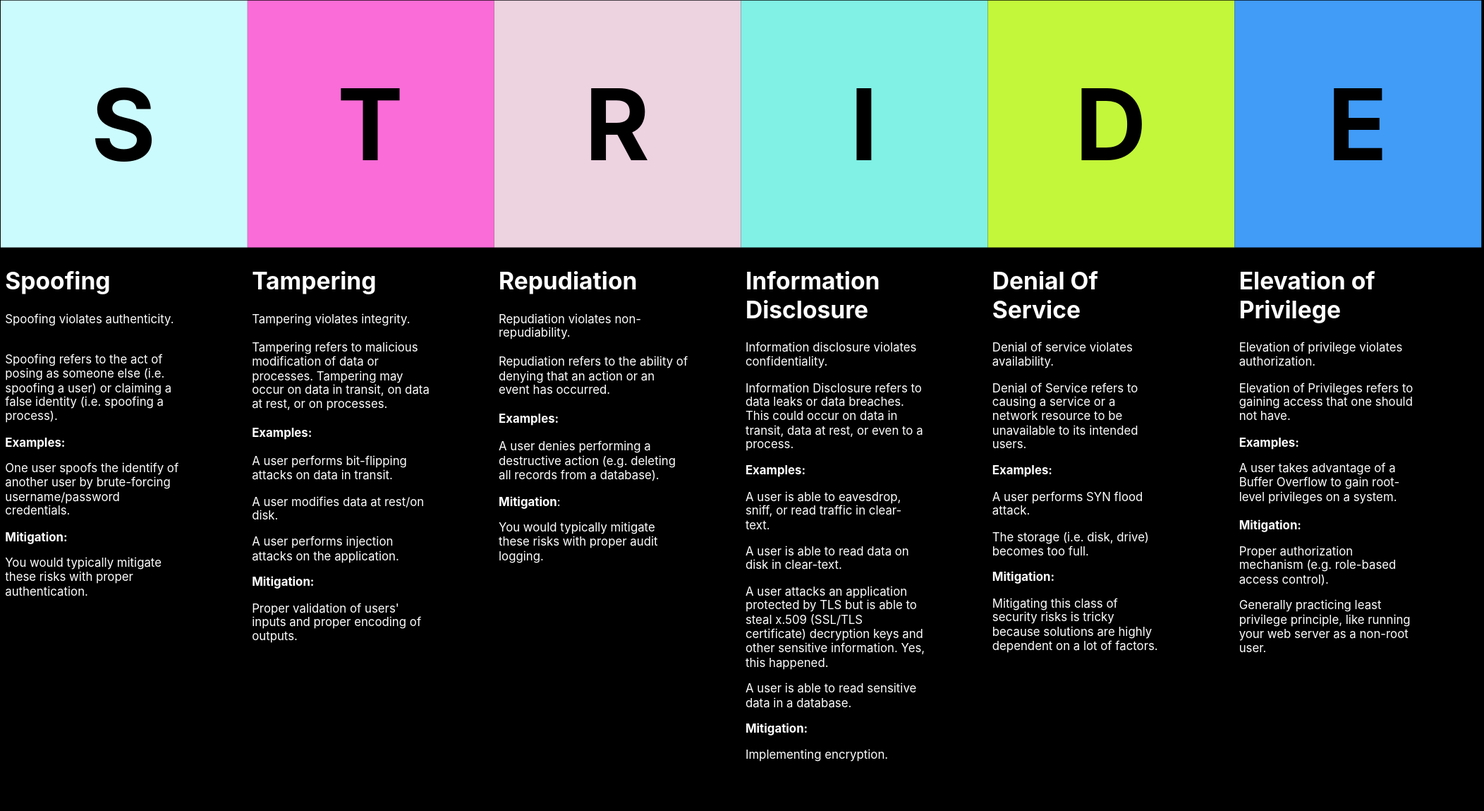
Before: threat-modelling/src/assets/stride-dark.drawio.svg, a diagram exported from draw.io (ToastShaman/zuhlke-camp-2022). Source tidied: cells renumbered, new cells last; positions are measured from the earlier drawing's top-left corner, leaving out a move shared by most shapes.
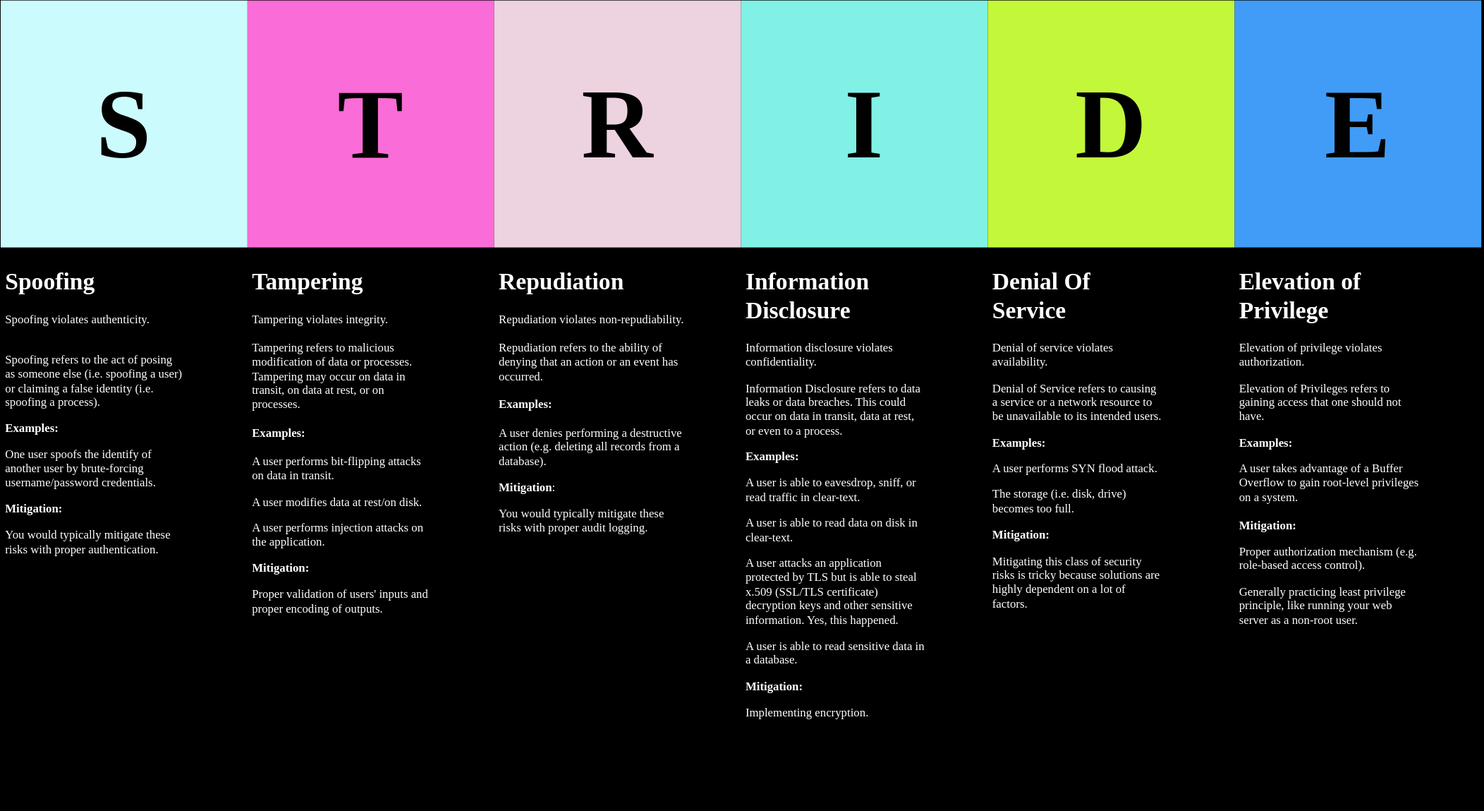
After the commit.

What changed in the source:
```diff
@@ -2,40 +2,40 @@
   <root>
     <mxCell id="0" />
     <mxCell id="1" parent="0" />
-    <mxCell id="2" value="&lt;font style=&quot;font-size: 100px;&quot;&gt;S&lt;/font&gt;" style="whiteSpace=wrap;html=1;fillColor=#CCFBFE;shadow=1;strokeColor=none;fontFamily=Inter;fontSource=https%3A%2F%2Ffonts.googleapis.com%2Fcss%3Ffamily%3DInter;fontStyle=1;" parent="1" vertex="1">
+    <mxCell id="2" value="&lt;font style=&quot;font-size: 100px;&quot;&gt;S&lt;/font&gt;" style="whiteSpace=wrap;html=1;fillColor=#CCFBFE;shadow=1;strokeColor=none;fontFamily=Merriweather Sans;fontSource=https%3A%2F%2Ffonts.googleapis.com%2Fcss%3Ffamily%3DMerriweather%2BSans;fontStyle=1;" parent="1" vertex="1">
       <mxGeometry width="250" height="250" as="geometry" />
     </mxCell>
-    <mxCell id="3" value="&lt;font style=&quot;font-size: 100px;&quot;&gt;T&lt;/font&gt;" style="whiteSpace=wrap;html=1;fillColor=#FA6CD7;shadow=1;strokeColor=none;fontFamily=Inter;fontSource=https%3A%2F%2Ffonts.googleapis.com%2Fcss%3Ffamily%3DInter;fontStyle=1;" parent="1" vertex="1">
+    <mxCell id="3" value="&lt;font style=&quot;font-size: 100px;&quot;&gt;T&lt;/font&gt;" style="whiteSpace=wrap;html=1;fillColor=#FA6CD7;shadow=1;strokeColor=none;fontFamily=Merriweather Sans;fontSource=https%3A%2F%2Ffonts.googleapis.com%2Fcss%3Ffamily%3DMerriweather%2BSans;fontStyle=1;" parent="1" vertex="1">
       <mxGeometry x="250" width="250" height="250" as="geometry" />
     </mxCell>
-    <mxCell id="4" value="&lt;font style=&quot;font-size: 100px;&quot;&gt;R&lt;/font&gt;" style="whiteSpace=wrap;html=1;fillColor=#EDD2E0;shadow=1;strokeColor=none;fontFamily=Inter;fontSource=https%3A%2F%2Ffonts.googleapis.com%2Fcss%3Ffamily%3DInter;fontStyle=1;" parent="1" vertex="1">
+    <mxCell id="4" value="&lt;font style=&quot;font-size: 100px;&quot;&gt;R&lt;/font&gt;" style="whiteSpace=wrap;html=1;fillColor=#EDD2E0;shadow=1;strokeColor=none;fontFamily=Merriweather Sans;fontSource=https%3A%2F%2Ffonts.googleapis.com%2Fcss%3Ffamily%3DMerriweather%2BSans;fontStyle=1;" parent="1" vertex="1">
       <mxGeometry x="500" width="250" height="250" as="geometry" />
     </mxCell>
-    <mxCell id="5" value="&lt;font style=&quot;font-size: 100px;&quot;&gt;I&lt;/font&gt;" style="whiteSpace=wrap;html=1;fillColor=#81f0e5;imageWidth=24;imageAspect=1;shadow=1;strokeColor=none;fontFamily=Inter;fontSource=https%3A%2F%2Ffonts.googleapis.com%2Fcss%3Ffamily%3DInter;fontStyle=1;" parent="1" vertex="1">
+    <mxCell id="5" value="&lt;font style=&quot;font-size: 100px;&quot;&gt;I&lt;/font&gt;" style="whiteSpace=wrap;html=1;fillColor=#81f0e5;imageWidth=24;imageAspect=1;shadow=1;strokeColor=none;fontFamily=Merriweather Sans;fontSource=https%3A%2F%2Ffonts.googleapis.com%2Fcss%3Ffamily%3DMerriweather%2BSans;fontStyle=1;" parent="1" vertex="1">
       <mxGeometry x="750" width="250" height="250" as="geometry" />
     </mxCell>
-    <mxCell id="6" value="&lt;font style=&quot;font-size: 100px;&quot;&gt;D&lt;/font&gt;" style="whiteSpace=wrap;html=1;fillColor=#C3F73A;shadow=1;strokeColor=none;fontFamily=Inter;fontSource=https%3A%2F%2Ffonts.googleapis.com%2Fcss%3Ffamily%3DInter;fontStyle=1;" parent="1" vertex="1">
+    <mxCell id="6" value="&lt;font style=&quot;font-size: 100px;&quot;&gt;D&lt;/font&gt;" style="whiteSpace=wrap;html=1;fillColor=#C3F73A;shadow=1;strokeColor=none;fontFamily=Merriweather Sans;fontSource=https%3A%2F%2Ffonts.googleapis.com%2Fcss%3Ffamily%3DMerriweather%2BSans;fontStyle=1;" parent="1" vertex="1">
       <mxGeometry x="1000" width="250" height="250" as="geometry" />
     </mxCell>
-    <mxCell id="7" value="&lt;font style=&quot;font-size: 100px;&quot;&gt;E&lt;/font&gt;" style="whiteSpace=wrap;html=1;fillColor=#419CF7;shadow=1;rounded=0;strokeColor=none;fontFamily=Inter;fontSource=https%3A%2F%2Ffonts.googleapis.com%2Fcss%3Ffamily%3DInter;fontStyle=1;" parent="1" vertex="1">
+    <mxCell id="7" value="&lt;font style=&quot;font-size: 100px;&quot;&gt;E&lt;/font&gt;" style="whiteSpace=wrap;html=1;fillColor=#419CF7;shadow=1;rounded=0;strokeColor=none;fontFamily=Merriweather Sans;fontSource=https%3A%2F%2Ffonts.googleapis.com%2Fcss%3Ffamily%3DMerriweather%2BSans;fontStyle=1;" parent="1" vertex="1">
       <mxGeometry x="1250" width="250" height="250" as="geometry" />
     </mxCell>
-    <mxCell id="8" value="&lt;h1&gt;&lt;font&gt;Spoofing&lt;/font&gt;&lt;/h1&gt;&lt;p&gt;&lt;font&gt;Spoofing violates authenticity.&lt;br&gt;&lt;br&gt;&lt;/font&gt;&lt;/p&gt;&lt;p&gt;&lt;font&gt;Spoofing refers to the act of posing as someone else (i.e. spoofing a user) or claiming a false identity (i.e. spoofing a process).&lt;/font&gt;&lt;/p&gt;&lt;p&gt;&lt;b&gt;&lt;font&gt;Examples:&lt;/font&gt;&lt;/b&gt;&lt;/p&gt;&lt;p&gt;&lt;font&gt;One user spoofs the identify of another user by brute-forcing username/password credentials.&lt;br&gt;&lt;/font&gt;&lt;/p&gt;&lt;p&gt;&lt;b&gt;&lt;font&gt;Mitigation:&lt;/font&gt;&lt;/b&gt;&lt;/p&gt;&lt;p&gt;&lt;font&gt;You would typically mitigate these risks with proper authentication.&lt;/font&gt;&lt;/p&gt;" style="text;html=1;strokeColor=none;fillColor=none;spacing=5;spacingTop=-20;whiteSpace=wrap;overflow=hidden;rounded=0;fontColor=#FFFFFF;labelBackgroundColor=none;fontFamily=Inter;fontSource=https%3A%2F%2Ffonts.googleapis.com%2Fcss%3Ffamily%3DInter;" parent="1" vertex="1">
+    <mxCell id="8" value="&lt;h1&gt;&lt;font&gt;Spoofing&lt;/font&gt;&lt;/h1&gt;&lt;p&gt;&lt;font&gt;Spoofing violates authenticity.&lt;br&gt;&lt;br&gt;&lt;/font&gt;&lt;/p&gt;&lt;p&gt;&lt;font&gt;Spoofing refers to the act of posing as someone else (i.e. spoofing a user) or claiming a false identity (i.e. spoofing a process).&lt;/font&gt;&lt;/p&gt;&lt;p&gt;&lt;b&gt;&lt;font&gt;Examples:&lt;/font&gt;&lt;/b&gt;&lt;/p&gt;&lt;p&gt;&lt;font&gt;One user spoofs the identify of another user by brute-forcing username/password credentials.&lt;br&gt;&lt;/font&gt;&lt;/p&gt;&lt;p&gt;&lt;b&gt;&lt;font&gt;Mitigation:&lt;/font&gt;&lt;/b&gt;&lt;/p&gt;&lt;p&gt;&lt;font&gt;You would typically mitigate these risks with proper authentication.&lt;/font&gt;&lt;/p&gt;" style="text;html=1;strokeColor=none;fillColor=none;spacing=5;spacingTop=-20;whiteSpace=wrap;overflow=hidden;rounded=0;fontColor=#FFFFFF;labelBackgroundColor=none;fontFamily=Merriweather Sans;fontSource=https%3A%2F%2Ffonts.googleapis.com%2Fcss%3Ffamily%3DMerriweather%2BSans;" parent="1" vertex="1">
       <mxGeometry y="265" width="190" height="445" as="geometry" />
     </mxCell>
-    <mxCell id="9" value="&lt;h1&gt;&lt;font&gt;Tampering&lt;/font&gt;&lt;/h1&gt;&lt;p&gt;&lt;font&gt;Tampering violates integrity.&lt;br&gt;&lt;br&gt;Tampering refers to malicious modification of data or processes. Tampering may occur on data in transit, on data at rest, or on processes.&lt;br&gt;&lt;br&gt;&lt;b&gt;Examples:&lt;br&gt;&lt;/b&gt;&lt;br&gt;&lt;span style=&quot;background-color: initial;&quot;&gt;A user performs bit-flipping attacks on data in transit.&lt;/span&gt;&lt;br&gt;&lt;/font&gt;&lt;/p&gt;&lt;p&gt;&lt;font&gt;A user modifies data at rest/on disk.&lt;/font&gt;&lt;/p&gt;&lt;p&gt;&lt;font&gt;A user performs injection attacks on the application.&lt;/font&gt;&lt;/p&gt;&lt;p&gt;&lt;b&gt;&lt;font&gt;Mitigation:&lt;/font&gt;&lt;/b&gt;&lt;/p&gt;&lt;p&gt;&lt;font&gt;Proper validation of users' inputs and proper encoding of outputs.&lt;br&gt;&lt;/font&gt;&lt;/p&gt;&lt;p&gt;&lt;b&gt;&lt;br&gt;&lt;/b&gt;&lt;/p&gt;" style="text;html=1;strokeColor=none;fillColor=none;spacing=5;spacingTop=-20;whiteSpace=wrap;overflow=hidden;rounded=0;fontColor=#FFFFFF;fontFamily=Inter;fontSource=https%3A%2F%2Ffonts.googleapis.com%2Fcss%3Ffamily%3DInter;" parent="1" vertex="1">
+    <mxCell id="9" value="&lt;h1&gt;&lt;font&gt;Tampering&lt;/font&gt;&lt;/h1&gt;&lt;p&gt;&lt;font&gt;Tampering violates integrity.&lt;br&gt;&lt;br&gt;Tampering refers to malicious modification of data or processes. Tampering may occur on data in transit, on data at rest, or on processes.&lt;br&gt;&lt;br&gt;&lt;b&gt;Examples:&lt;br&gt;&lt;/b&gt;&lt;br&gt;&lt;span style=&quot;background-color: initial;&quot;&gt;A user performs bit-flipping attacks on data in transit.&lt;/span&gt;&lt;br&gt;&lt;/font&gt;&lt;/p&gt;&lt;p&gt;&lt;font&gt;A user modifies data at rest/on disk.&lt;/font&gt;&lt;/p&gt;&lt;p&gt;&lt;font&gt;A user performs injection attacks on the application.&lt;/font&gt;&lt;/p&gt;&lt;p&gt;&lt;b&gt;&lt;font&gt;Mitigation:&lt;/font&gt;&lt;/b&gt;&lt;/p&gt;&lt;p&gt;&lt;font&gt;Proper validation of users' inputs and proper encoding of outputs.&lt;br&gt;&lt;/font&gt;&lt;/p&gt;&lt;p&gt;&lt;b&gt;&lt;br&gt;&lt;/b&gt;&lt;/p&gt;" style="text;html=1;strokeColor=none;fillColor=none;spacing=5;spacingTop=-20;whiteSpace=wrap;overflow=hidden;rounded=0;fontColor=#FFFFFF;fontFamily=Merriweather Sans;fontSource=https%3A%2F%2Ffonts.googleapis.com%2Fcss%3Ffamily%3DMerriweather%2BSans;" parent="1" vertex="1">
       <mxGeometry x="250" y="265" width="190" height="495" as="geometry" />
     </mxCell>
-    <mxCell id="10" value="&lt;h1&gt;&lt;font&gt;Repudiation&lt;/font&gt;&lt;/h1&gt;&lt;p&gt;&lt;font&gt;Repudiation violates non-repudiability.&lt;br&gt;&lt;br&gt;Repudiation refers to the ability of denying that an action or an event has occurred.&lt;br&gt;&lt;br&gt;&lt;b&gt;Examples:&lt;/b&gt;&lt;br&gt;&lt;br&gt;A user denies performing a destructive action (e.g. deleting all records from a database).&lt;br&gt;&lt;/font&gt;&lt;/p&gt;&lt;p&gt;&lt;font&gt;&lt;b&gt;Mitigation&lt;/b&gt;:&lt;/font&gt;&lt;/p&gt;&lt;p&gt;&lt;font&gt;You would typically mitigate these risks with proper audit logging.&lt;/font&gt;&lt;/p&gt;&lt;p&gt;&lt;br&gt;&lt;/p&gt;" style="text;html=1;strokeColor=none;fillColor=none;spacing=5;spacingTop=-20;whiteSpace=wrap;overflow=hidden;rounded=0;fontColor=#FFFFFF;fontFamily=Inter;fontSource=https%3A%2F%2Ffonts.googleapis.com%2Fcss%3Ffamily%3DInter;" parent="1" vertex="1">
+    <mxCell id="10" value="&lt;h1&gt;&lt;font&gt;Repudiation&lt;/font&gt;&lt;/h1&gt;&lt;p&gt;&lt;font&gt;Repudiation violates non-repudiability.&lt;br&gt;&lt;br&gt;Repudiation refers to the ability of denying that an action or an event has occurred.&lt;br&gt;&lt;br&gt;&lt;b&gt;Examples:&lt;/b&gt;&lt;br&gt;&lt;br&gt;A user denies performing a destructive action (e.g. deleting all records from a database).&lt;br&gt;&lt;/font&gt;&lt;/p&gt;&lt;p&gt;&lt;font&gt;&lt;b&gt;Mitigation&lt;/b&gt;:&lt;/font&gt;&lt;/p&gt;&lt;p&gt;&lt;font&gt;You would typically mitigate these risks with proper audit logging.&lt;/font&gt;&lt;/p&gt;&lt;p&gt;&lt;br&gt;&lt;/p&gt;" style="text;html=1;strokeColor=none;fillColor=none;spacing=5;spacingTop=-20;whiteSpace=wrap;overflow=hidden;rounded=0;fontColor=#FFFFFF;fontFamily=Merriweather Sans;fontSource=https%3A%2F%2Ffonts.googleapis.com%2Fcss%3Ffamily%3DMerriweather%2BSans;" parent="1" vertex="1">
       <mxGeometry x="500" y="265" width="200" height="425" as="geometry" />
     </mxCell>
-    <mxCell id="11" value="&lt;h1&gt;&lt;font&gt;Information&amp;nbsp;&lt;br&gt;Disclosure&lt;/font&gt;&lt;/h1&gt;&lt;p&gt;&lt;font&gt;Information disclosure violates confidentiality.&lt;/font&gt;&lt;/p&gt;&lt;p&gt;&lt;font&gt;&lt;span style=&quot;background-color: initial;&quot;&gt;Information Disclosure refers to data leaks or data breaches. This could occur on data in transit, data at rest, or even to a process.&lt;/span&gt;&lt;br&gt;&lt;/font&gt;&lt;/p&gt;&lt;p&gt;&lt;span style=&quot;background-color: initial;&quot;&gt;&lt;b&gt;&lt;font&gt;Examples:&lt;/font&gt;&lt;/b&gt;&lt;/span&gt;&lt;/p&gt;&lt;p&gt;&lt;font&gt;A user is able to eavesdrop, sniff, or read traffic in clear-text.&lt;/font&gt;&lt;/p&gt;&lt;p&gt;&lt;font&gt;A user is able to read data on disk in clear-text.&lt;/font&gt;&lt;/p&gt;&lt;p&gt;&lt;font&gt;A user attacks an application protected by TLS but is able to steal x.509 (SSL/TLS certificate) decryption keys and other sensitive information. Yes, this happened.&lt;/font&gt;&lt;/p&gt;&lt;p&gt;&lt;font&gt;&lt;span style=&quot;background-color: initial;&quot;&gt;&lt;/span&gt;&lt;/font&gt;&lt;/p&gt;&lt;p&gt;&lt;font&gt;A user is able to read sensitive data in a database.&lt;/font&gt;&lt;/p&gt;&lt;p&gt;&lt;b&gt;&lt;font&gt;Mitigation:&lt;/font&gt;&lt;/b&gt;&lt;/p&gt;&lt;p&gt;&lt;font&gt;Implementing encryption.&lt;/font&gt;&lt;br&gt;&lt;/p&gt;" style="text;html=1;strokeColor=none;fillColor=none;spacing=5;spacingTop=-20;whiteSpace=wrap;overflow=hidden;rounded=0;fontColor=#FFFFFF;fontFamily=Inter;fontSource=https%3A%2F%2Ffonts.googleapis.com%2Fcss%3Ffamily%3DInter;" parent="1" vertex="1">
+    <mxCell id="11" value="&lt;h1&gt;&lt;font&gt;Information&amp;nbsp;&lt;br&gt;Disclosure&lt;/font&gt;&lt;/h1&gt;&lt;p&gt;&lt;font&gt;Information disclosure violates confidentiality.&lt;/font&gt;&lt;/p&gt;&lt;p&gt;&lt;font&gt;&lt;span style=&quot;background-color: initial;&quot;&gt;Information Disclosure refers to data leaks or data breaches. This could occur on data in transit, data at rest, or even to a process.&lt;/span&gt;&lt;br&gt;&lt;/font&gt;&lt;/p&gt;&lt;p&gt;&lt;span style=&quot;background-color: initial;&quot;&gt;&lt;b&gt;&lt;font&gt;Examples:&lt;/font&gt;&lt;/b&gt;&lt;/span&gt;&lt;/p&gt;&lt;p&gt;&lt;font&gt;A user is able to eavesdrop, sniff, or read traffic in clear-text.&lt;/font&gt;&lt;/p&gt;&lt;p&gt;&lt;font&gt;A user is able to read data on disk in clear-text.&lt;/font&gt;&lt;/p&gt;&lt;p&gt;&lt;font&gt;A user attacks an application protected by TLS but is able to steal x.509 (SSL/TLS certificate) decryption keys and other sensitive information. Yes, this happened.&lt;/font&gt;&lt;/p&gt;&lt;p&gt;&lt;font&gt;&lt;span style=&quot;background-color: initial;&quot;&gt;&lt;/span&gt;&lt;/font&gt;&lt;/p&gt;&lt;p&gt;&lt;font&gt;A user is able to read sensitive data in a database.&lt;/font&gt;&lt;/p&gt;&lt;p&gt;&lt;b&gt;&lt;font&gt;Mitigation:&lt;/font&gt;&lt;/b&gt;&lt;/p&gt;&lt;p&gt;&lt;font&gt;Implementing encryption.&lt;/font&gt;&lt;br&gt;&lt;/p&gt;" style="text;html=1;strokeColor=none;fillColor=none;spacing=5;spacingTop=-20;whiteSpace=wrap;overflow=hidden;rounded=0;fontColor=#FFFFFF;fontFamily=Merriweather Sans;fontSource=https%3A%2F%2Ffonts.googleapis.com%2Fcss%3Ffamily%3DMerriweather%2BSans;" parent="1" vertex="1">
       <mxGeometry x="750" y="265" width="190" height="555" as="geometry" />
     </mxCell>
-    <mxCell id="12" value="&lt;h1&gt;&lt;font&gt;Denial Of Service&lt;/font&gt;&lt;/h1&gt;&lt;p&gt;&lt;font&gt;Denial of service violates availability.&lt;/font&gt;&lt;/p&gt;&lt;p&gt;&lt;font&gt;Denial of Service refers to causing a service or a network resource to be unavailable to its intended users.&lt;br&gt;&lt;/font&gt;&lt;/p&gt;&lt;p&gt;&lt;b&gt;&lt;font&gt;Examples:&lt;/font&gt;&lt;/b&gt;&lt;/p&gt;&lt;p&gt;&lt;font&gt;A user performs SYN flood attack.&lt;/font&gt;&lt;/p&gt;&lt;p&gt;&lt;/p&gt;&lt;p&gt;&lt;font&gt;The storage (i.e. disk, drive) becomes too full.&lt;/font&gt;&lt;/p&gt;&lt;p&gt;&lt;b&gt;&lt;font&gt;Mitigation:&lt;/font&gt;&lt;/b&gt;&lt;/p&gt;&lt;p&gt;&lt;font&gt;Mitigating this class of security risks is tricky because solutions are highly dependent on a lot of factors.&lt;/font&gt;&lt;br&gt;&lt;/p&gt;" style="text;html=1;strokeColor=none;fillColor=none;spacing=5;spacingTop=-20;whiteSpace=wrap;overflow=hidden;rounded=0;fontColor=#FFFFFF;fontFamily=Inter;fontSource=https%3A%2F%2Ffonts.googleapis.com%2Fcss%3Ffamily%3DInter;" parent="1" vertex="1">
+    <mxCell id="12" value="&lt;h1&gt;&lt;font&gt;Denial Of Service&lt;/font&gt;&lt;/h1&gt;&lt;p&gt;&lt;font&gt;Denial of service violates availability.&lt;/font&gt;&lt;/p&gt;&lt;p&gt;&lt;font&gt;Denial of Service refers to causing a service or a network resource to be unavailable to its intended users.&lt;br&gt;&lt;/font&gt;&lt;/p&gt;&lt;p&gt;&lt;b&gt;&lt;font&gt;Examples:&lt;/font&gt;&lt;/b&gt;&lt;/p&gt;&lt;p&gt;&lt;font&gt;A user performs SYN flood attack.&lt;/font&gt;&lt;/p&gt;&lt;p&gt;&lt;/p&gt;&lt;p&gt;&lt;font&gt;The storage (i.e. disk, drive) becomes too full.&lt;/font&gt;&lt;/p&gt;&lt;p&gt;&lt;b&gt;&lt;font&gt;Mitigation:&lt;/font&gt;&lt;/b&gt;&lt;/p&gt;&lt;p&gt;&lt;font&gt;Mitigating this class of security risks is tricky because solutions are highly dependent on a lot of factors.&lt;/font&gt;&lt;br&gt;&lt;/p&gt;" style="text;html=1;strokeColor=none;fillColor=none;spacing=5;spacingTop=-20;whiteSpace=wrap;overflow=hidden;rounded=0;fontColor=#FFFFFF;fontFamily=Merriweather Sans;fontSource=https%3A%2F%2Ffonts.googleapis.com%2Fcss%3Ffamily%3DMerriweather%2BSans;" parent="1" vertex="1">
       <mxGeometry x="1000" y="265" width="180" height="505" as="geometry" />
     </mxCell>
-    <mxCell id="13" value="&lt;h1&gt;&lt;font&gt;Elevation of Privilege&lt;/font&gt;&lt;/h1&gt;&lt;p&gt;&lt;font&gt;Elevation of privilege violates authorization.&lt;/font&gt;&lt;/p&gt;&lt;p&gt;&lt;font&gt;Elevation of Privileges refers to gaining access that one should not have.&lt;br&gt;&lt;/font&gt;&lt;/p&gt;&lt;p&gt;&lt;b&gt;&lt;font&gt;Examples:&lt;/font&gt;&lt;/b&gt;&lt;/p&gt;&lt;p&gt;&lt;font&gt;A user takes advantage of a Buffer Overflow to gain root-level privileges on a system.&lt;br&gt;&lt;br&gt;&lt;b&gt;Mitigation:&lt;/b&gt;&lt;/font&gt;&lt;/p&gt;&lt;p&gt;&lt;font&gt;Proper authorization mechanism (e.g. role-based access control).&lt;br&gt;&lt;/font&gt;&lt;/p&gt;&lt;p&gt;&lt;font&gt;Generally practicing least privilege principle, like running your web server as a non-root user.&lt;/font&gt;&lt;br&gt;&lt;/p&gt;" style="text;html=1;strokeColor=none;fillColor=none;spacing=5;spacingTop=-20;whiteSpace=wrap;overflow=hidden;rounded=0;fontColor=#FFFFFF;fontFamily=Inter;fontSource=https%3A%2F%2Ffonts.googleapis.com%2Fcss%3Ffamily%3DInter;" parent="1" vertex="1">
+    <mxCell id="13" value="&lt;h1&gt;&lt;font&gt;Elevation of Privilege&lt;/font&gt;&lt;/h1&gt;&lt;p&gt;&lt;font&gt;Elevation of privilege violates authorization.&lt;/font&gt;&lt;/p&gt;&lt;p&gt;&lt;font&gt;Elevation of Privileges refers to gaining access that one should not have.&lt;br&gt;&lt;/font&gt;&lt;/p&gt;&lt;p&gt;&lt;b&gt;&lt;font&gt;Examples:&lt;/font&gt;&lt;/b&gt;&lt;/p&gt;&lt;p&gt;&lt;font&gt;A user takes advantage of a Buffer Overflow to gain root-level privileges on a system.&lt;br&gt;&lt;br&gt;&lt;b&gt;Mitigation:&lt;/b&gt;&lt;/font&gt;&lt;/p&gt;&lt;p&gt;&lt;font&gt;Proper authorization mechanism (e.g. role-based access control).&lt;br&gt;&lt;/font&gt;&lt;/p&gt;&lt;p&gt;&lt;font&gt;Generally practicing least privilege principle, like running your web server as a non-root user.&lt;/font&gt;&lt;br&gt;&lt;/p&gt;" style="text;html=1;strokeColor=none;fillColor=none;spacing=5;spacingTop=-20;whiteSpace=wrap;overflow=hidden;rounded=0;fontColor=#FFFFFF;fontFamily=Merriweather Sans;fontSource=https%3A%2F%2Ffonts.googleapis.com%2Fcss%3Ffamily%3DMerriweather%2BSans;" parent="1" vertex="1">
       <mxGeometry x="1250" y="265" width="190" height="515" as="geometry" />
     </mxCell>
   </root>
```
